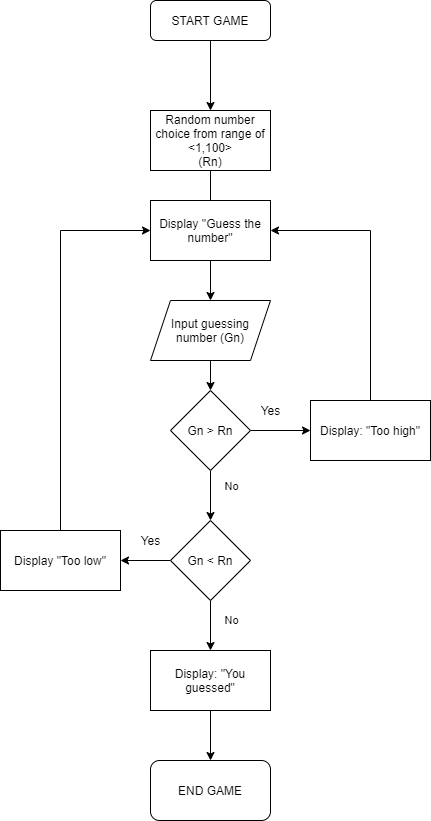
Earlier version of the draw.io export war_flowchart.png (Szymon-Skazinski/CHARTS). Source tidied: cells renumbered, new cells last; positions are measured from the earlier drawing's top-left corner, leaving out a move shared by most shapes.
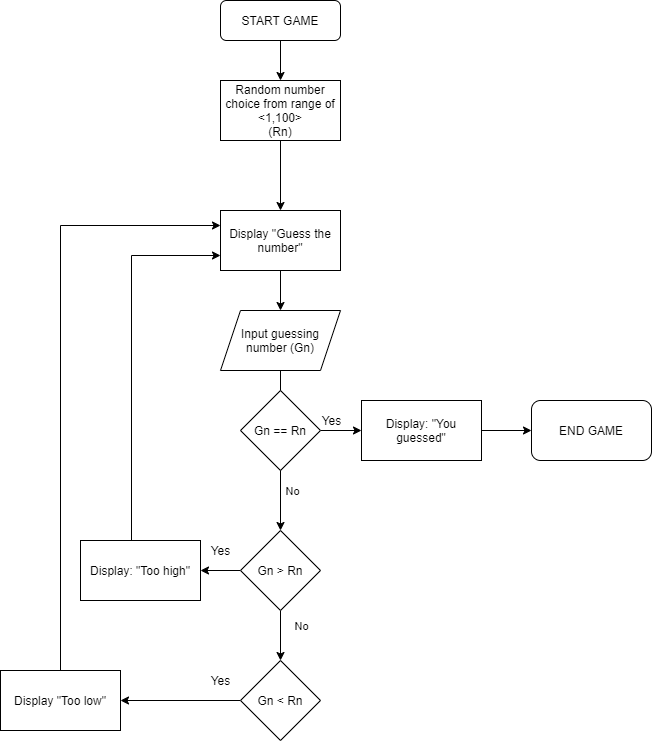
Above is the later version.

Change to the diagram source:
```diff
@@ -6,17 +6,22 @@
       <mxGeometry relative="1" as="geometry" />
     </mxCell>
     <mxCell id="3" value="START GAME" style="rounded=1;whiteSpace=wrap;html=1;fontSize=12;glass=0;strokeWidth=1;shadow=0;" parent="1" vertex="1">
-      <mxGeometry x="150" width="120" height="40" as="geometry" />
+      <mxGeometry x="150" y="-10" width="120" height="40" as="geometry" />
     </mxCell>
-    <mxCell id="4" style="edgeStyle=orthogonalEdgeStyle;rounded=0;jettySize=auto;html=1;" parent="1" edge="1" source="5" target="7">
+    <mxCell id="4" style="edgeStyle=orthogonalEdgeStyle;rounded=0;jettySize=auto;html=1;" parent="1" edge="1" source="25" target="7">
       <mxGeometry relative="1" as="geometry" />
     </mxCell>
     <mxCell id="5" value="Random number choice from range of &amp;lt;1,100&amp;gt;&lt;br&gt;(Rn)" style="whiteSpace=wrap;html=1;rounded=0;shadow=0;strokeWidth=1;glass=0;" parent="1" vertex="1">
-      <mxGeometry x="150" y="110" width="120" height="60" as="geometry" />
+      <mxGeometry x="150" y="70" width="120" height="60" as="geometry" />
     </mxCell>
     <mxCell id="6" style="edgeStyle=orthogonalEdgeStyle;rounded=0;jettySize=auto;html=1;" parent="1" edge="1" source="7" target="11">
       <mxGeometry relative="1" as="geometry" />
     </mxCell>
+    <mxCell id="16" value="No" style="edgeLabel;html=1;align=center;verticalAlign=middle;" parent="6" vertex="1">
+      <mxGeometry x="0.37" y="-1" relative="1" as="geometry">
+        <mxPoint x="12" y="11" as="offset" />
+      </mxGeometry>
+    </mxCell>
     <mxCell id="7" value="Input guessing number (Gn)" style="shape=parallelogram;perimeter=parallelogramPerimeter;whiteSpace=wrap;html=1;fixedSize=1;rounded=0;shadow=0;strokeWidth=1;glass=0;" parent="1" vertex="1">
       <mxGeometry x="150" y="300" width="120" height="60" as="geometry" />
     </mxCell>
@@ -32,59 +37,63 @@
       </mxGeometry>
     </mxCell>
     <mxCell id="11" value="Gn &amp;gt; Rn" style="rhombus;whiteSpace=wrap;html=1;rounded=0;shadow=0;strokeWidth=1;glass=0;" parent="1" vertex="1">
-      <mxGeometry x="170" y="390" width="80" height="80" as="geometry" />
+      <mxGeometry x="170" y="520" width="80" height="80" as="geometry" />
     </mxCell>
-    <mxCell id="12" style="edgeStyle=orthogonalEdgeStyle;rounded=0;jettySize=auto;html=1;exitX=0.5;exitY=0;exitDx=0;exitDy=0;entryX=1;entryY=0.5;entryDx=0;entryDy=0;" parent="1" edge="1" source="13" target="25">
+    <mxCell id="12" style="edgeStyle=orthogonalEdgeStyle;rounded=0;jettySize=auto;html=1;entryX=0;entryY=0.75;entryDx=0;entryDy=0;" parent="1" edge="1" source="13" target="25">
       <mxGeometry relative="1" as="geometry">
         <Array as="points">
-          <mxPoint x="370" y="230" />
+          <mxPoint x="61" y="245" />
         </Array>
       </mxGeometry>
     </mxCell>
     <mxCell id="13" value="Display: &quot;Too high&quot;" style="whiteSpace=wrap;html=1;rounded=0;shadow=0;strokeWidth=1;glass=0;" parent="1" vertex="1">
-      <mxGeometry x="310" y="400" width="120" height="60" as="geometry" />
+      <mxGeometry x="10" y="530" width="120" height="60" as="geometry" />
     </mxCell>
     <mxCell id="14" value="Yes" style="text;html=1;align=center;verticalAlign=middle;" parent="1" vertex="1">
-      <mxGeometry x="250" y="400" width="40" height="20" as="geometry" />
+      <mxGeometry x="130" y="530" width="40" height="20" as="geometry" />
     </mxCell>
-    <mxCell id="15" style="edgeStyle=orthogonalEdgeStyle;rounded=0;jettySize=auto;html=1;" parent="1" edge="1" source="18" target="20">
-      <mxGeometry relative="1" as="geometry" />
-    </mxCell>
-    <mxCell id="16" value="No" style="edgeLabel;html=1;align=center;verticalAlign=middle;" parent="15" vertex="1">
-      <mxGeometry x="-0.23" y="1" relative="1" as="geometry">
-        <mxPoint x="19" as="offset" />
-      </mxGeometry>
-    </mxCell>
     <mxCell id="17" style="edgeStyle=orthogonalEdgeStyle;rounded=0;jettySize=auto;html=1;" parent="1" edge="1" source="18" target="22">
       <mxGeometry relative="1" as="geometry" />
     </mxCell>
     <mxCell id="18" value="Gn &amp;lt; Rn" style="rhombus;whiteSpace=wrap;html=1;rounded=0;shadow=0;strokeWidth=1;glass=0;" parent="1" vertex="1">
-      <mxGeometry x="170" y="520" width="80" height="80" as="geometry" />
+      <mxGeometry x="170" y="650" width="80" height="80" as="geometry" />
     </mxCell>
-    <mxCell id="19" style="edgeStyle=orthogonalEdgeStyle;rounded=0;jettySize=auto;html=1;" parent="1" edge="1" source="20" target="24">
+    <mxCell id="19" style="edgeStyle=orthogonalEdgeStyle;rounded=0;jettySize=auto;html=1;entryX=0;entryY=0.5;entryDx=0;entryDy=0;" parent="1" edge="1" source="20" target="24">
       <mxGeometry relative="1" as="geometry" />
     </mxCell>
     <mxCell id="20" value="&lt;span&gt;Display: &quot;You guessed&quot;&lt;/span&gt;" style="whiteSpace=wrap;html=1;rounded=0;shadow=0;strokeWidth=1;glass=0;" parent="1" vertex="1">
-      <mxGeometry x="150" y="650" width="120" height="60" as="geometry" />
+      <mxGeometry x="291" y="390" width="120" height="60" as="geometry" />
     </mxCell>
-    <mxCell id="21" style="edgeStyle=orthogonalEdgeStyle;rounded=0;jettySize=auto;html=1;entryX=0;entryY=0.5;entryDx=0;entryDy=0;" parent="1" edge="1" source="22" target="25">
+    <mxCell id="21" style="edgeStyle=orthogonalEdgeStyle;rounded=0;jettySize=auto;html=1;entryX=0;entryY=0.25;entryDx=0;entryDy=0;" parent="1" edge="1" source="22" target="25">
       <mxGeometry relative="1" as="geometry">
         <Array as="points">
-          <mxPoint x="60" y="230" />
+          <mxPoint x="-10" y="215" />
         </Array>
       </mxGeometry>
     </mxCell>
     <mxCell id="22" value="Display &quot;Too low&quot;" style="whiteSpace=wrap;html=1;rounded=0;shadow=0;strokeWidth=1;glass=0;" parent="1" vertex="1">
-      <mxGeometry y="530" width="120" height="60" as="geometry" />
+      <mxGeometry x="-70" y="660" width="120" height="60" as="geometry" />
     </mxCell>
     <mxCell id="23" value="Yes" style="text;html=1;align=center;verticalAlign=middle;" parent="1" vertex="1">
-      <mxGeometry x="130" y="530" width="40" height="20" as="geometry" />
+      <mxGeometry x="130" y="660" width="40" height="20" as="geometry" />
     </mxCell>
     <mxCell id="24" value="END GAME" style="whiteSpace=wrap;html=1;rounded=1;shadow=0;strokeWidth=1;glass=0;" parent="1" vertex="1">
-      <mxGeometry x="150" y="760" width="120" height="60" as="geometry" />
+      <mxGeometry x="461" y="390" width="120" height="60" as="geometry" />
     </mxCell>
     <mxCell id="25" value="Display &quot;Guess the number&quot;" style="whiteSpace=wrap;html=1;rounded=0;shadow=0;strokeWidth=1;glass=0;" parent="1" vertex="1">
       <mxGeometry x="150" y="200" width="120" height="60" as="geometry" />
     </mxCell>
+    <mxCell id="26" style="edgeStyle=orthogonalEdgeStyle;rounded=0;jettySize=auto;html=1;" parent="1" edge="1" source="5" target="25">
+      <mxGeometry relative="1" as="geometry" />
+    </mxCell>
+    <mxCell id="27" style="edgeStyle=orthogonalEdgeStyle;rounded=0;jettySize=auto;html=1;" parent="1" edge="1" source="28" target="20">
+      <mxGeometry relative="1" as="geometry" />
+    </mxCell>
+    <mxCell id="28" value="Gn == Rn" style="rhombus;whiteSpace=wrap;html=1;rounded=0;shadow=0;strokeWidth=1;glass=0;" parent="1" vertex="1">
+      <mxGeometry x="170" y="380" width="80" height="80" as="geometry" />
+    </mxCell>
+    <mxCell id="29" value="Yes" style="text;html=1;align=center;verticalAlign=middle;" parent="1" vertex="1">
+      <mxGeometry x="241" y="400" width="40" height="20" as="geometry" />
+    </mxCell>
   </root>
 </mxGraphModel>
```
